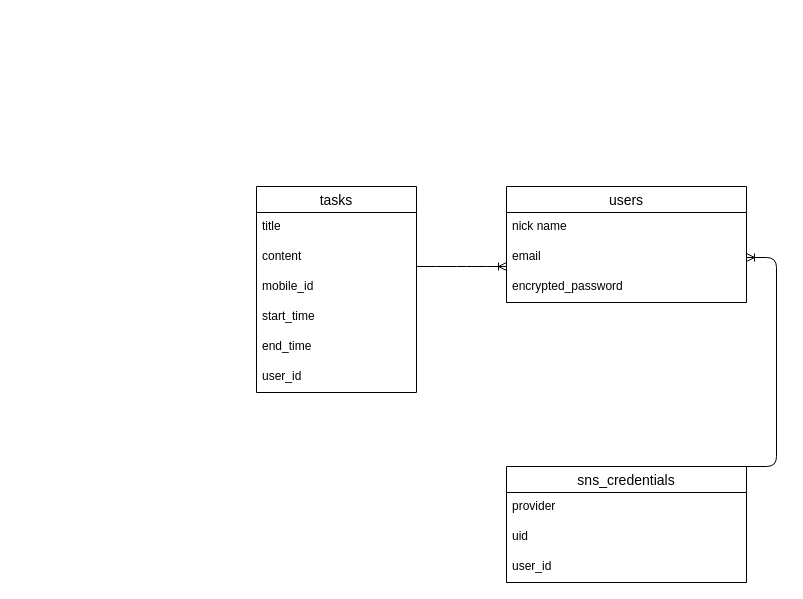
Earlier version of the draw.io diagram smart.dio (taki39384/smart_connect). Source tidied: cells renumbered, new cells numbered last; positions are measured from the earlier drawing's top-left corner, leaving out a move shared by most shapes. Both pictures are drawn from the tidied source at 100%, with x=0, y=0 at pixel (256, 186).
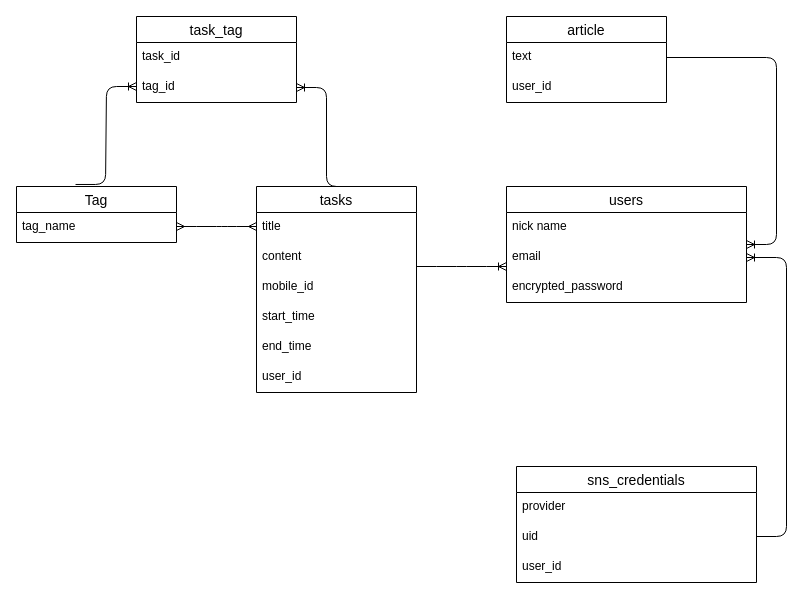
The same diagram, later.

The change refers to these unchanged cells:
```xml
<mxCell id="2" value="users" style="swimlane;fontStyle=0;horizontal=1;startSize=26;align=center;fontSize=14;" parent="1" vertex="1">
  <mxGeometry x="250" width="240" height="116" as="geometry" />
</mxCell>
<mxCell id="4" value="email" style="text;strokeColor=none;fillColor=none;spacingLeft=4;spacingRight=4;overflow=hidden;points=[[0,0.5],[1,0.5]];portConstraint=eastwest;fontSize=12;" parent="2" vertex="1">
  <mxGeometry y="56" width="240" height="30" as="geometry" />
</mxCell>
<mxCell id="11" value="tasks" style="swimlane;fontStyle=0;horizontal=1;startSize=26;align=center;fontSize=14;" parent="1" vertex="1">
  <mxGeometry width="160" height="206" as="geometry" />
</mxCell>
```

Diff of the diagram source:
```diff
@@
     <mxCell id="6" value="sns_credentials" style="swimlane;fontStyle=0;horizontal=1;startSize=26;align=center;fontSize=14;" parent="1" vertex="1">
-      <mxGeometry x="250" y="280" width="240" height="116" as="geometry" />
+      <mxGeometry x="260" y="280" width="240" height="116" as="geometry" />
     </mxCell>
@@
     <mxCell id="10" style="edgeStyle=entityRelationEdgeStyle;fontSize=12;html=1;endArrow=ERoneToMany;" parent="1" edge="1" target="4">
       <mxGeometry relative="1" as="geometry">
-        <mxPoint x="350" y="280" as="sourcePoint" />
+        <mxPoint x="500" y="350" as="sourcePoint" />
       </mxGeometry>
     </mxCell>
@@
+    <mxCell id="19" value="article" style="swimlane;fontStyle=0;horizontal=1;startSize=26;align=center;fontSize=14;" parent="1" vertex="1">
+      <mxGeometry x="250" y="-170" width="160" height="86" as="geometry" />
+    </mxCell>
+    <mxCell id="20" value="text" style="text;strokeColor=none;fillColor=none;spacingLeft=4;spacingRight=4;overflow=hidden;points=[[0,0.5],[1,0.5]];portConstraint=eastwest;fontSize=12;" parent="19" vertex="1">
+      <mxGeometry y="26" width="160" height="30" as="geometry" />
+    </mxCell>
+    <mxCell id="21" value="user_id" style="text;strokeColor=none;fillColor=none;spacingLeft=4;spacingRight=4;overflow=hidden;fontSize=12;" parent="19" vertex="1">
+      <mxGeometry y="56" width="160" height="30" as="geometry" />
+    </mxCell>
+    <mxCell id="22" style="edgeStyle=entityRelationEdgeStyle;fontSize=12;html=1;endArrow=ERoneToMany;exitX=1;exitY=0.5;exitDx=0;exitDy=0;" parent="1" edge="1" source="20" target="2">
+      <mxGeometry relative="1" as="geometry" />
+    </mxCell>
+    <mxCell id="23" value="Tag" style="swimlane;fontStyle=0;horizontal=1;startSize=26;align=center;fontSize=14;" parent="1" vertex="1">
+      <mxGeometry x="-240" width="160" height="56" as="geometry" />
+    </mxCell>
+    <mxCell id="24" value="tag_name" style="text;strokeColor=none;fillColor=none;spacingLeft=4;spacingRight=4;overflow=hidden;fontSize=12;" parent="23" vertex="1">
+      <mxGeometry y="26" width="160" height="30" as="geometry" />
+    </mxCell>
+    <mxCell id="25" value="task_tag" style="swimlane;fontStyle=0;horizontal=1;startSize=26;align=center;fontSize=14;" parent="1" vertex="1">
+      <mxGeometry x="-120" y="-170" width="160" height="86" as="geometry" />
+    </mxCell>
+    <mxCell id="26" value="task_id" style="text;strokeColor=none;fillColor=none;spacingLeft=4;spacingRight=4;overflow=hidden;fontSize=12;" parent="25" vertex="1">
+      <mxGeometry y="26" width="160" height="30" as="geometry" />
+    </mxCell>
+    <mxCell id="27" value="tag_id" style="text;strokeColor=none;fillColor=none;spacingLeft=4;spacingRight=4;overflow=hidden;points=[[0,0.5],[1,0.5]];portConstraint=eastwest;fontSize=12;" parent="25" vertex="1">
+      <mxGeometry y="56" width="160" height="30" as="geometry" />
+    </mxCell>
+    <mxCell id="28" style="edgeStyle=entityRelationEdgeStyle;fontSize=12;html=1;endArrow=ERmany;startArrow=ERmany;" parent="1" edge="1">
+      <mxGeometry relative="1" as="geometry">
+        <mxPoint x="-80" y="40" as="sourcePoint" />
+        <mxPoint y="40" as="targetPoint" />
+      </mxGeometry>
+    </mxCell>
+    <mxCell id="29" style="edgeStyle=entityRelationEdgeStyle;fontSize=12;html=1;endArrow=ERoneToMany;exitX=0.369;exitY=-0.036;exitDx=0;exitDy=0;exitPerimeter=0;" parent="1" edge="1" source="23">
+      <mxGeometry relative="1" as="geometry">
+        <mxPoint x="-120" y="-100" as="targetPoint" />
+      </mxGeometry>
+    </mxCell>
+    <mxCell id="30" style="edgeStyle=entityRelationEdgeStyle;fontSize=12;html=1;endArrow=ERoneToMany;entryX=1;entryY=0.5;entryDx=0;entryDy=0;exitX=0.625;exitY=0;exitDx=0;exitDy=0;exitPerimeter=0;" parent="1" edge="1" source="11" target="27">
+      <mxGeometry relative="1" as="geometry" />
+    </mxCell>
```
